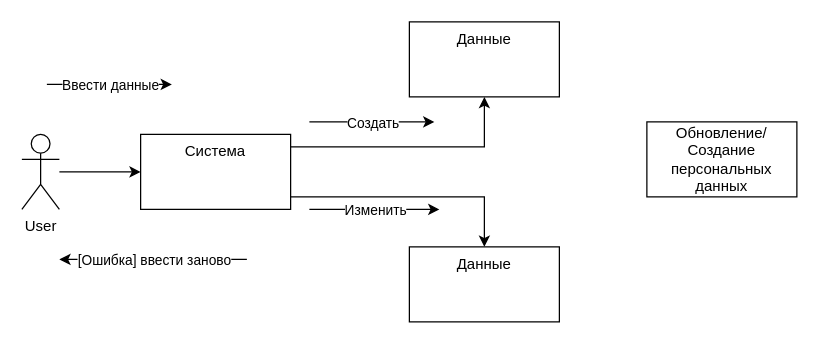
Roman-30/--5.2-1 keeps this draw.io diagram as Диаграммы/Диаграмма сотруднечества/Диаграмма сотрудничества.drawio. Above is the earlier version. Source tidied: cells renumbered, new cells numbered last; positions are measured from the earlier drawing's top-left corner, leaving out a move shared by most shapes. Both pictures are drawn from the tidied source at 125%, with x=0, y=0 at pixel (21, 21).
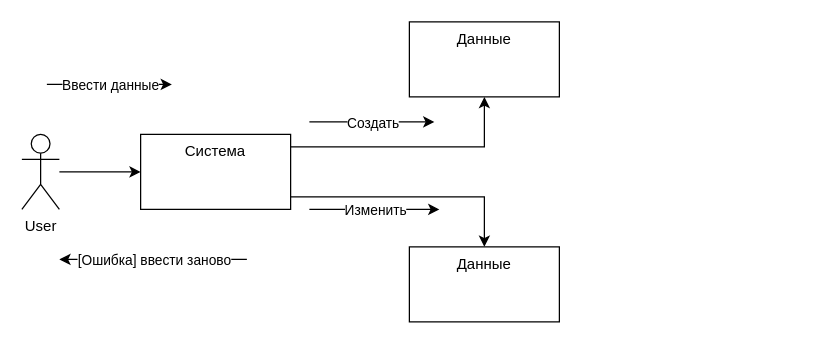
Above is the later version.

Diff of the diagram source:
```diff
@@
-    <mxCell id="17" value="Обновление/Создание персональных данных" style="rounded=0;whiteSpace=wrap;html=1;" parent="1" vertex="1">
-      <mxGeometry x="500" y="80" width="120" height="60" as="geometry" />
-    </mxCell>
```
